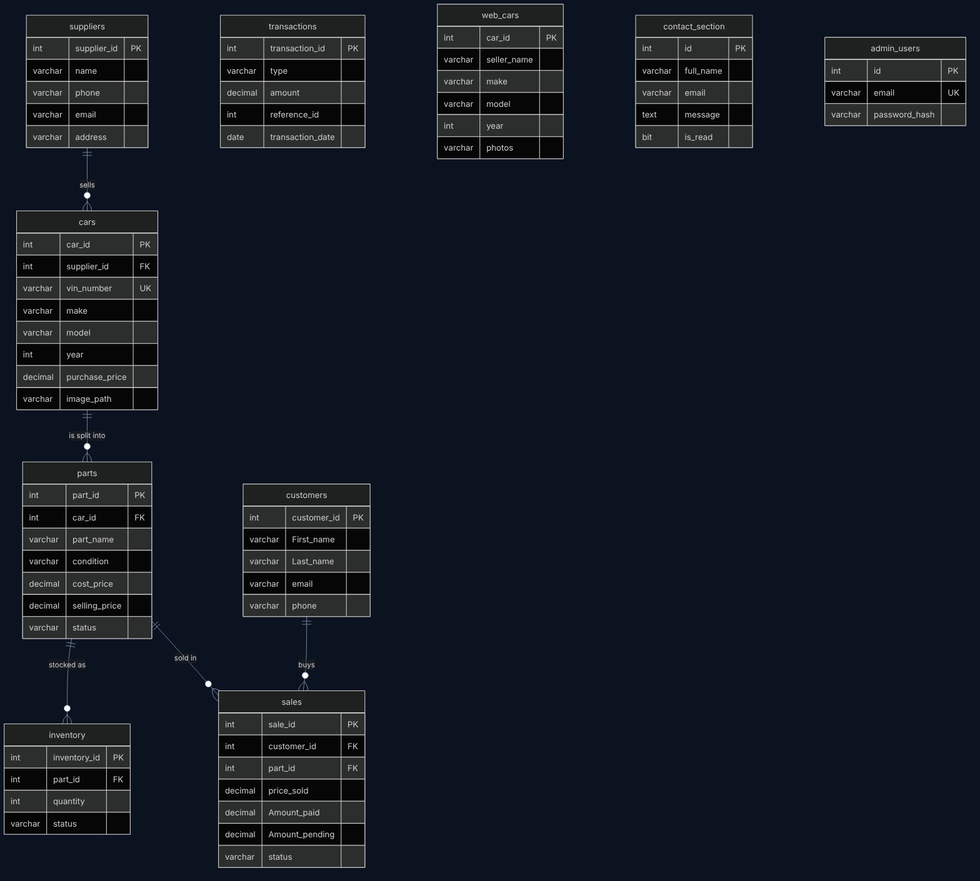
Above: docs/database.png in Rohullah1122/Rahmani-s-Group (Mermaid), before the change. Its source is kept beside it as docs/database.mmd.
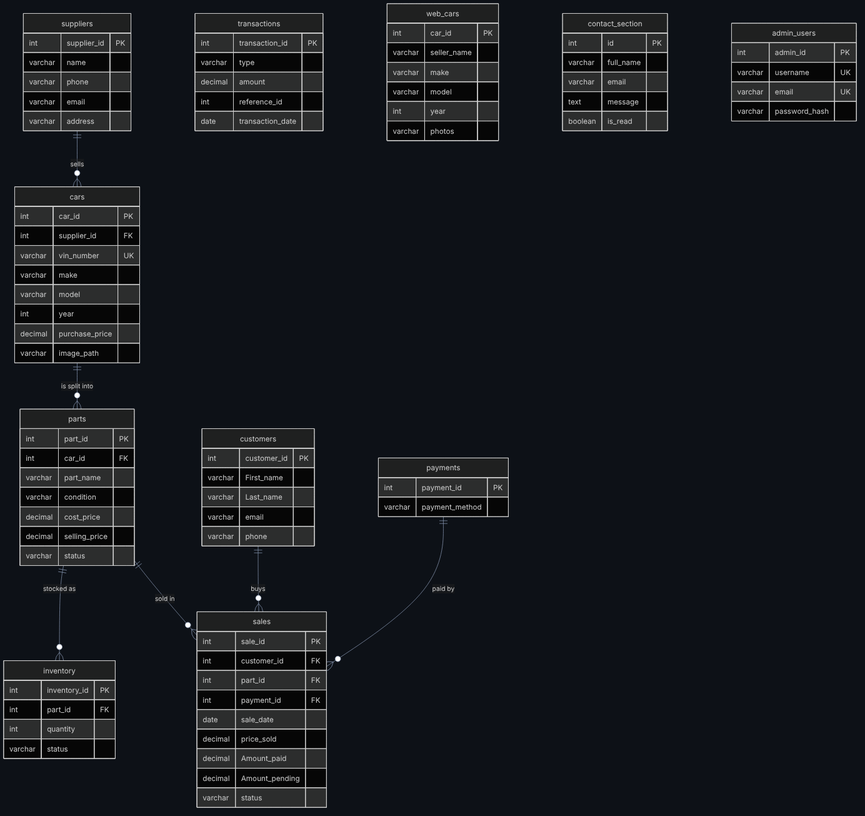
After the commit.

What changed in the source:
```diff
@@ -5,6 +5,7 @@
     parts ||--o{ inventory : "stocked as"
     parts ||--o{ sales : "sold in"
     customers ||--o{ sales : "buys"
+    payments ||--o{ sales : "paid by"
     suppliers {
         int supplier_id PK
         varchar name
@@ -48,6 +49,8 @@
         int sale_id PK
         int customer_id FK
         int part_id FK
+        int payment_id FK
+        date sale_date
         decimal price_sold
         decimal Amount_paid
         decimal Amount_pending
@@ -73,10 +76,15 @@
         varchar full_name
         varchar email
         text message
-        bit is_read
+        boolean is_read
+    }
+    payments {
+        int payment_id PK
+        varchar payment_method
     }
     admin_users {
-        int id PK
+        int admin_id PK
+        varchar username UK
         varchar email UK
         varchar password_hash
     }
```
